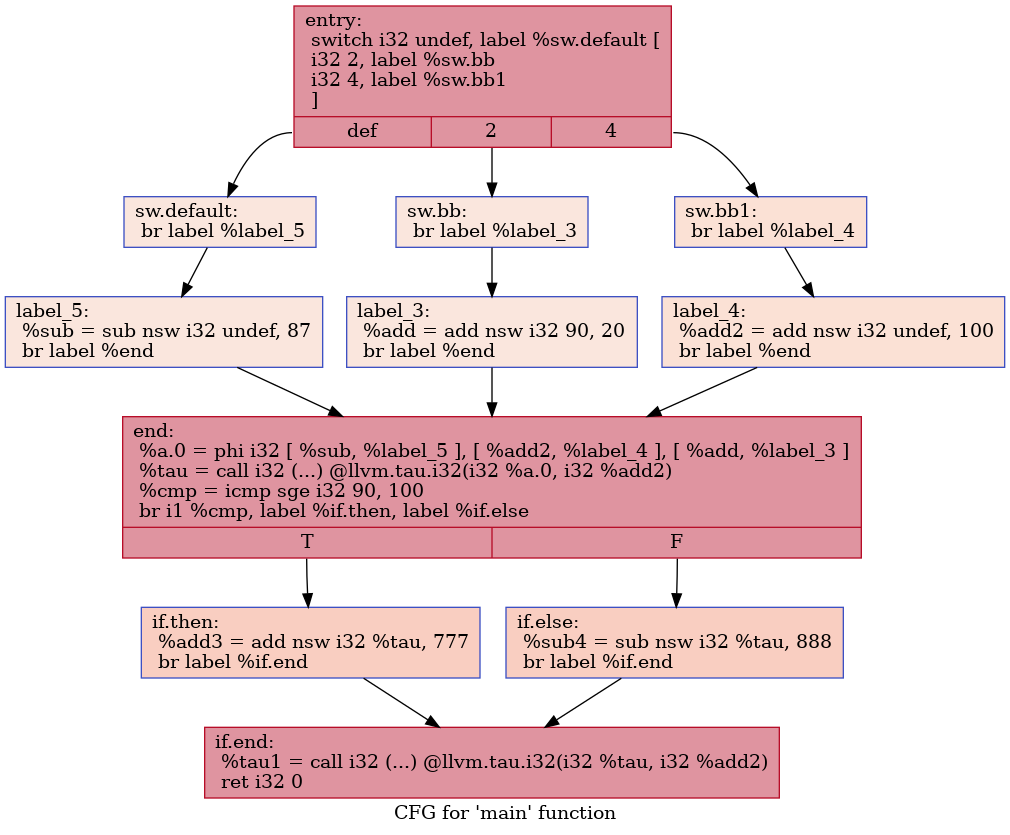
The Graphviz diagram IR/cfg/afterHPSSA.dot.png in HPSSA-LLVM/HPSSA-LLVM, before a commit. Its source is kept beside it as IR/cfg/afterHPSSA.dot.
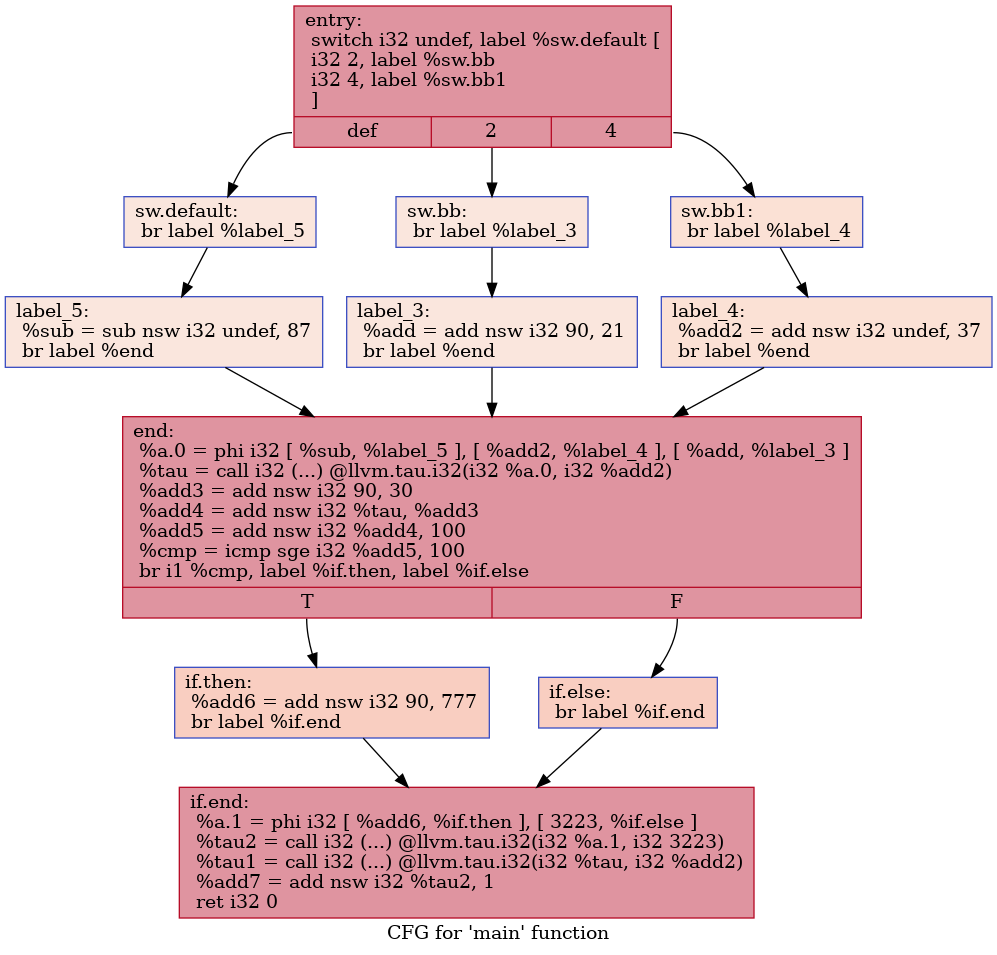
Above is the later version.

The edit, as a diff of the source:
```diff
@@ -1,28 +1,28 @@
 digraph "CFG for 'main' function" {
 	label="CFG for 'main' function";
 
-	Node0x557c313aa8c0 [shape=record,color="#b70d28ff", style=filled, fillcolor="#b70d2870",label="{entry:\l  switch i32 undef, label %sw.default [\l    i32 2, label %sw.bb\l    i32 4, label %sw.bb1\l  ]\l|{<s0>def|<s1>2|<s2>4}}"];
-	Node0x557c313aa8c0:s0 -> Node0x557c313aae20;
-	Node0x557c313aa8c0:s1 -> Node0x557c313aaea0;
-	Node0x557c313aa8c0:s2 -> Node0x557c313aaf40;
-	Node0x557c313aaea0 [shape=record,color="#3d50c3ff", style=filled, fillcolor="#f3c7b170",label="{sw.bb:                                            \l  br label %label_3\l}"];
-	Node0x557c313aaea0 -> Node0x557c313ab0d0;
-	Node0x557c313aaf40 [shape=record,color="#3d50c3ff", style=filled, fillcolor="#f7bca170",label="{sw.bb1:                                           \l  br label %label_4\l}"];
-	Node0x557c313aaf40 -> Node0x557c313ab1b0;
-	Node0x557c313aae20 [shape=record,color="#3d50c3ff", style=filled, fillcolor="#f3c7b170",label="{sw.default:                                       \l  br label %label_5\l}"];
-	Node0x557c313aae20 -> Node0x557c313ab290;
-	Node0x557c313ab0d0 [shape=record,color="#3d50c3ff", style=filled, fillcolor="#f3c7b170",label="{label_3:                                          \l  %add = add nsw i32 90, 20\l  br label %end\l}"];
-	Node0x557c313ab0d0 -> Node0x557c313ab480;
-	Node0x557c313ab1b0 [shape=record,color="#3d50c3ff", style=filled, fillcolor="#f7bca170",label="{label_4:                                          \l  %add2 = add nsw i32 undef, 100\l  br label %end\l}"];
-	Node0x557c313ab1b0 -> Node0x557c313ab480;
-	Node0x557c313ab290 [shape=record,color="#3d50c3ff", style=filled, fillcolor="#f3c7b170",label="{label_5:                                          \l  %sub = sub nsw i32 undef, 87\l  br label %end\l}"];
-	Node0x557c313ab290 -> Node0x557c313ab480;
-	Node0x557c313ab480 [shape=record,color="#b70d28ff", style=filled, fillcolor="#b70d2870",label="{end:                                              \l  %a.0 = phi i32 [ %sub, %label_5 ], [ %add2, %label_4 ], [ %add, %label_3 ]\l  %tau = call i32 (...) @llvm.tau.i32(i32 %a.0, i32 %add2)\l  %cmp = icmp sge i32 90, 100\l  br i1 %cmp, label %if.then, label %if.else\l|{<s0>T|<s1>F}}"];
-	Node0x557c313ab480:s0 -> Node0x557c313abd30;
-	Node0x557c313ab480:s1 -> Node0x557c313abda0;
-	Node0x557c313abd30 [shape=record,color="#3d50c3ff", style=filled, fillcolor="#f2907270",label="{if.then:                                          \l  %add3 = add nsw i32 %tau, 777\l  br label %if.end\l}"];
-	Node0x557c313abd30 -> Node0x557c313abfa0;
-	Node0x557c313abda0 [shape=record,color="#3d50c3ff", style=filled, fillcolor="#f2907270",label="{if.else:                                          \l  %sub4 = sub nsw i32 %tau, 888\l  br label %if.end\l}"];
-	Node0x557c313abda0 -> Node0x557c313abfa0;
-	Node0x557c313abfa0 [shape=record,color="#b70d28ff", style=filled, fillcolor="#b70d2870",label="{if.end:                                           \l  %tau1 = call i32 (...) @llvm.tau.i32(i32 %tau, i32 %add2)\l  ret i32 0\l}"];
+	Node0x5622b05ea990 [shape=record,color="#b70d28ff", style=filled, fillcolor="#b70d2870",label="{entry:\l  switch i32 undef, label %sw.default [\l    i32 2, label %sw.bb\l    i32 4, label %sw.bb1\l  ]\l|{<s0>def|<s1>2|<s2>4}}"];
+	Node0x5622b05ea990:s0 -> Node0x5622b05eaef0;
+	Node0x5622b05ea990:s1 -> Node0x5622b05eaf70;
+	Node0x5622b05ea990:s2 -> Node0x5622b05eb010;
+	Node0x5622b05eaf70 [shape=record,color="#3d50c3ff", style=filled, fillcolor="#f3c7b170",label="{sw.bb:                                            \l  br label %label_3\l}"];
+	Node0x5622b05eaf70 -> Node0x5622b05eb1a0;
+	Node0x5622b05eb010 [shape=record,color="#3d50c3ff", style=filled, fillcolor="#f7bca170",label="{sw.bb1:                                           \l  br label %label_4\l}"];
+	Node0x5622b05eb010 -> Node0x5622b05eb280;
+	Node0x5622b05eaef0 [shape=record,color="#3d50c3ff", style=filled, fillcolor="#f3c7b170",label="{sw.default:                                       \l  br label %label_5\l}"];
+	Node0x5622b05eaef0 -> Node0x5622b05eb360;
+	Node0x5622b05eb1a0 [shape=record,color="#3d50c3ff", style=filled, fillcolor="#f3c7b170",label="{label_3:                                          \l  %add = add nsw i32 90, 21\l  br label %end\l}"];
+	Node0x5622b05eb1a0 -> Node0x5622b05eb550;
+	Node0x5622b05eb280 [shape=record,color="#3d50c3ff", style=filled, fillcolor="#f7bca170",label="{label_4:                                          \l  %add2 = add nsw i32 undef, 37\l  br label %end\l}"];
+	Node0x5622b05eb280 -> Node0x5622b05eb550;
+	Node0x5622b05eb360 [shape=record,color="#3d50c3ff", style=filled, fillcolor="#f3c7b170",label="{label_5:                                          \l  %sub = sub nsw i32 undef, 87\l  br label %end\l}"];
+	Node0x5622b05eb360 -> Node0x5622b05eb550;
+	Node0x5622b05eb550 [shape=record,color="#b70d28ff", style=filled, fillcolor="#b70d2870",label="{end:                                              \l  %a.0 = phi i32 [ %sub, %label_5 ], [ %add2, %label_4 ], [ %add, %label_3 ]\l  %tau = call i32 (...) @llvm.tau.i32(i32 %a.0, i32 %add2)\l  %add3 = add nsw i32 90, 30\l  %add4 = add nsw i32 %tau, %add3\l  %add5 = add nsw i32 %add4, 100\l  %cmp = icmp sge i32 %add5, 100\l  br i1 %cmp, label %if.then, label %if.else\l|{<s0>T|<s1>F}}"];
+	Node0x5622b05eb550:s0 -> Node0x5622b05ec070;
+	Node0x5622b05eb550:s1 -> Node0x5622b05ec0e0;
+	Node0x5622b05ec070 [shape=record,color="#3d50c3ff", style=filled, fillcolor="#f2907270",label="{if.then:                                          \l  %add6 = add nsw i32 90, 777\l  br label %if.end\l}"];
+	Node0x5622b05ec070 -> Node0x5622b05ec2e0;
+	Node0x5622b05ec0e0 [shape=record,color="#3d50c3ff", style=filled, fillcolor="#f2907270",label="{if.else:                                          \l  br label %if.end\l}"];
+	Node0x5622b05ec0e0 -> Node0x5622b05ec2e0;
+	Node0x5622b05ec2e0 [shape=record,color="#b70d28ff", style=filled, fillcolor="#b70d2870",label="{if.end:                                           \l  %a.1 = phi i32 [ %add6, %if.then ], [ 3223, %if.else ]\l  %tau2 = call i32 (...) @llvm.tau.i32(i32 %a.1, i32 3223)\l  %tau1 = call i32 (...) @llvm.tau.i32(i32 %tau, i32 %add2)\l  %add7 = add nsw i32 %tau2, 1\l  ret i32 0\l}"];
 }
```
